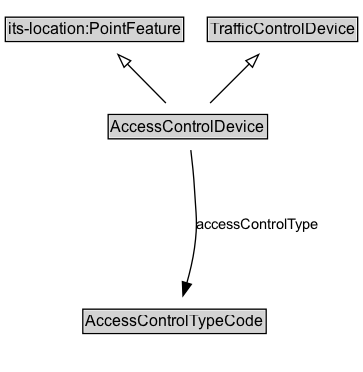
This is docs/diagrams/AccessControlDevice.dot.png from k-vaughn/ontology-its-regulation, a Graphviz export, as it was before one commit. Its source is kept beside it as docs/diagrams/AccessControlDevice.dot.
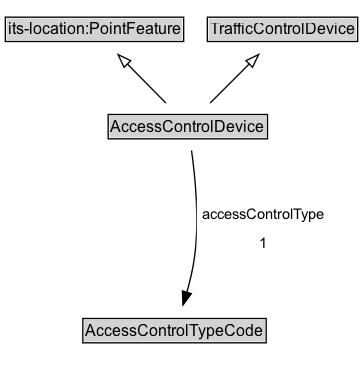
The same diagram one commit later.

Change to the diagram source:
```diff
@@ -21,5 +21,5 @@
 	AccessControlDevice -> Invis [style=invis]
 	Invis -> AccessControlTypeCode [style=invis]
 	AccessControlTypeCode [label=<<TABLE BORDER="1" CELLBORDER="0" CELLSPACING="0" CELLPADDING="1"><TR><TD BGCOLOR="lightgray" ALIGN="CENTER">AccessControlTypeCode</TD></TR></TABLE>> URL="../AccessControlTypeCode" margin=0]
-	AccessControlDevice -> AccessControlTypeCode [label=accessControlType arrowhead=normal style=solid]
+	AccessControlDevice -> AccessControlTypeCode [label=<<TABLE BORDER="0" CELLBORDER="0" CELLSPACING="0" CELLPADDING="4" BGCOLOR="white"><TR><TD ALIGN="CENTER">accessControlType</TD></TR><TR><TD ALIGN="CENTER">1</TD></TR></TABLE>> arrowhead=normal style=solid]
 }
```
